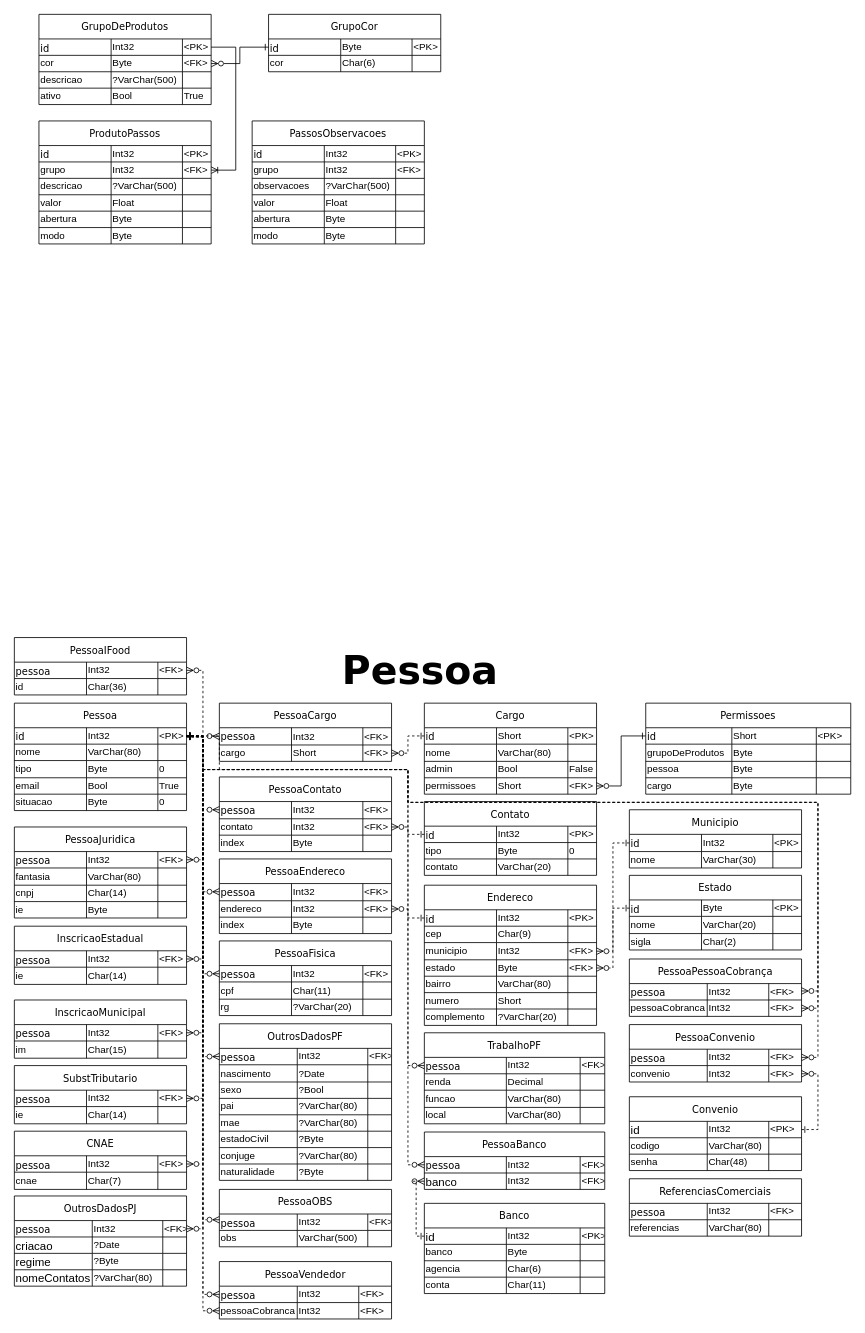
RicardoDazzling/lanches keeps this draw.io diagram as docs/diagrama.drawio. Above is the earlier version. Source tidied: cells renumbered, new cells numbered last; positions are measured from the earlier drawing's top-left corner, leaving out a move shared by most shapes. Both pictures are drawn from the tidied source at 82%, with x=0, y=0 at pixel (14, 14).
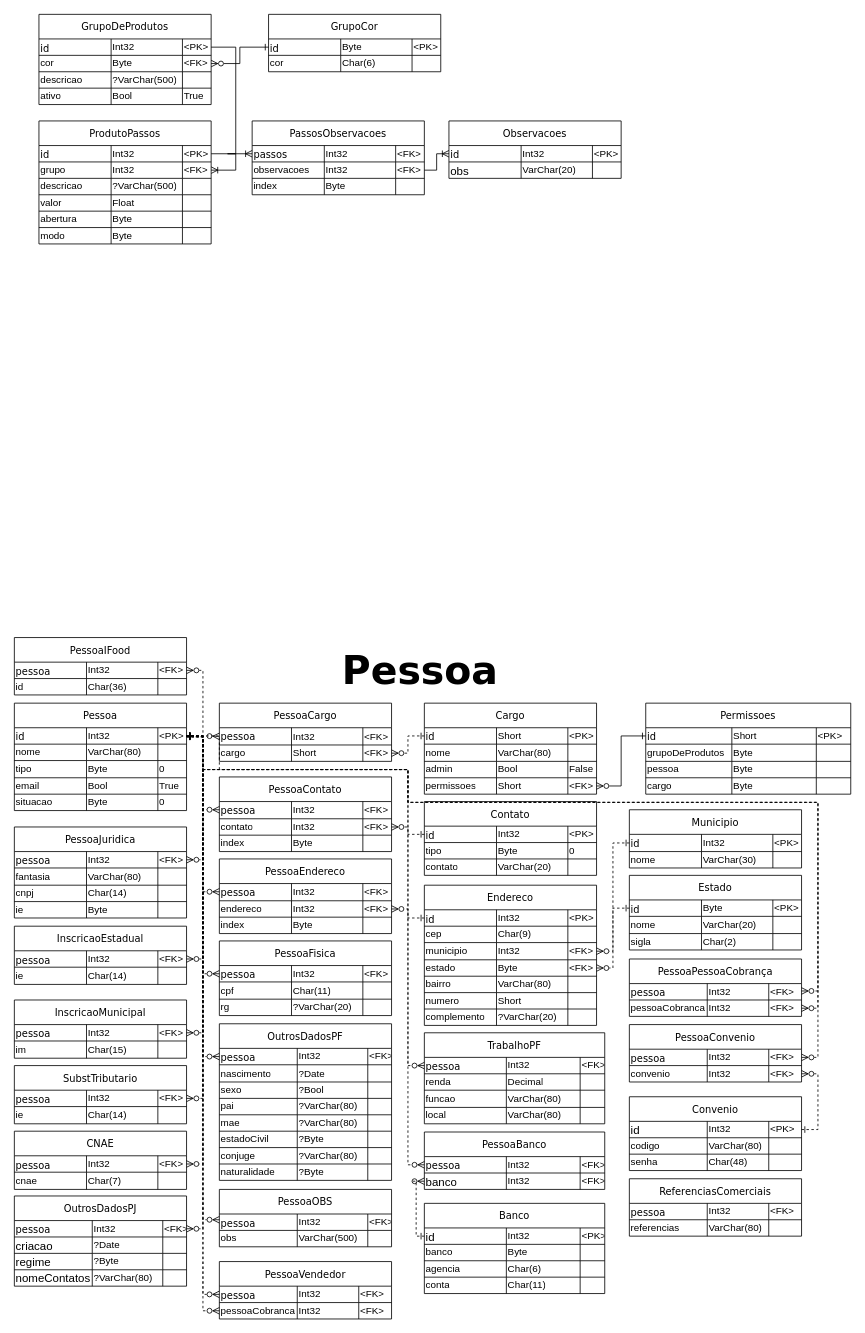
The same diagram, later.

Unchanged cells that the change refers to:
```xml
<mxCell id="378" style="shape=tableRow;horizontal=0;startSize=0;swimlaneHead=0;swimlaneBody=0;strokeColor=inherit;top=0;left=0;bottom=0;right=0;fillColor=none;points=[[0,0.5],[1,0.5]];portConstraint=eastwest;fontSize=16;rounded=1;align=left;" parent="377" vertex="1">
  <mxGeometry y="30" width="210" height="20" as="geometry" />
</mxCell>
<mxCell id="404" style="shape=tableRow;horizontal=0;startSize=0;swimlaneHead=0;swimlaneBody=0;strokeColor=inherit;top=0;left=0;bottom=0;right=0;fillColor=none;points=[[0,0.5],[1,0.5]];portConstraint=eastwest;fontSize=16;rounded=1;align=left;" parent="403" vertex="1">
  <mxGeometry y="30" width="210" height="20" as="geometry" />
</mxCell>
<mxCell id="408" style="shape=tableRow;horizontal=0;startSize=0;swimlaneHead=0;swimlaneBody=0;strokeColor=inherit;top=0;left=0;bottom=0;right=0;fillColor=none;points=[[0,0.5],[1,0.5]];portConstraint=eastwest;fontSize=16;align=left;" parent="403" vertex="1">
  <mxGeometry y="50" width="210" height="20" as="geometry" />
</mxCell>
<mxCell id="412" style="shape=tableRow;horizontal=0;startSize=0;swimlaneHead=0;swimlaneBody=0;strokeColor=inherit;top=0;left=0;bottom=0;right=0;fillColor=none;fontSize=16;align=left;" parent="403" vertex="1">
  <mxGeometry y="70" width="210" height="20" as="geometry" />
</mxCell>
```

What changed in the source:
```diff
@@
     <mxCell id="403" value="PassosObservacoes" style="shape=table;startSize=30;childLayout=tableLayout;strokeColor=default;fontSize=12;fontFamily=Verdana;align=center;" parent="1" vertex="1">
-      <mxGeometry x="290" y="130" width="210" height="150" as="geometry" />
+      <mxGeometry x="290" y="130" width="210" height="90" as="geometry" />
     </mxCell>
@@
-    <mxCell id="405" value="&lt;font style=&quot;font-size: 12px;&quot; face=&quot;Verdana&quot;&gt;id&lt;/font&gt;" style="shape=partialRectangle;html=1;whiteSpace=wrap;strokeColor=inherit;overflow=hidden;fillColor=none;top=0;left=0;bottom=0;right=0;fontSize=14;align=left;" parent="404" vertex="1">
+    <mxCell id="405" value="&lt;font style=&quot;font-size: 12px;&quot; face=&quot;Verdana&quot;&gt;passos&lt;/font&gt;" style="shape=partialRectangle;html=1;whiteSpace=wrap;strokeColor=inherit;overflow=hidden;fillColor=none;top=0;left=0;bottom=0;right=0;fontSize=14;align=left;" parent="404" vertex="1">
       <mxGeometry width="88" height="20" as="geometry" />
     </mxCell>
@@
-    <mxCell id="407" value="&amp;lt;PK&amp;gt;" style="shape=partialRectangle;html=1;whiteSpace=wrap;strokeColor=inherit;overflow=hidden;fillColor=none;top=0;left=0;bottom=0;right=0;fontSize=12;align=left;" parent="404" vertex="1">
+    <mxCell id="407" value="&amp;lt;FK&amp;gt;" style="shape=partialRectangle;html=1;whiteSpace=wrap;strokeColor=inherit;overflow=hidden;fillColor=none;top=0;left=0;bottom=0;right=0;fontSize=12;align=left;" parent="404" vertex="1">
       <mxGeometry x="175" width="35" height="20" as="geometry" />
     </mxCell>
@@
-    <mxCell id="409" value="grupo" style="shape=partialRectangle;html=1;whiteSpace=wrap;strokeColor=inherit;overflow=hidden;fillColor=none;top=0;left=0;bottom=0;right=0;fontSize=12;align=left;" parent="408" vertex="1">
+    <mxCell id="409" value="observacoes" style="shape=partialRectangle;html=1;whiteSpace=wrap;strokeColor=inherit;overflow=hidden;fillColor=none;top=0;left=0;bottom=0;right=0;fontSize=12;align=left;" parent="408" vertex="1">
       <mxGeometry width="88" height="20" as="geometry" />
     </mxCell>
@@
-    <mxCell id="413" value="observacoes" style="shape=partialRectangle;html=1;whiteSpace=wrap;strokeColor=inherit;overflow=hidden;fillColor=none;top=0;left=0;bottom=0;right=0;fontSize=12;align=left;" parent="412" vertex="1">
-      <mxGeometry width="88" height="20" as="geometry" />
-    </mxCell>
-    <mxCell id="414" value="?VarChar(500)" style="shape=partialRectangle;html=1;whiteSpace=wrap;strokeColor=inherit;overflow=hidden;fillColor=none;top=0;left=0;bottom=0;right=0;fontSize=12;align=left;" parent="412" vertex="1">
-      <mxGeometry x="88" width="87" height="20" as="geometry" />
-    </mxCell>
-    <mxCell id="415" style="shape=partialRectangle;html=1;whiteSpace=wrap;strokeColor=inherit;overflow=hidden;fillColor=none;top=0;left=0;bottom=0;right=0;fontSize=12;align=left;" parent="412" vertex="1">
-      <mxGeometry x="175" width="35" height="20" as="geometry" />
-    </mxCell>
-    <mxCell id="416" style="shape=tableRow;horizontal=0;startSize=0;swimlaneHead=0;swimlaneBody=0;strokeColor=inherit;top=0;left=0;bottom=0;right=0;fillColor=none;fontSize=16;align=left;" parent="403" vertex="1">
-      <mxGeometry y="90" width="210" height="20" as="geometry" />
-    </mxCell>
-    <mxCell id="417" value="valor" style="shape=partialRectangle;html=1;whiteSpace=wrap;strokeColor=inherit;overflow=hidden;fillColor=none;top=0;left=0;bottom=0;right=0;fontSize=12;align=left;" parent="416" vertex="1">
-      <mxGeometry width="88" height="20" as="geometry" />
-    </mxCell>
-    <mxCell id="418" value="Float" style="shape=partialRectangle;html=1;whiteSpace=wrap;strokeColor=inherit;overflow=hidden;fillColor=none;top=0;left=0;bottom=0;right=0;fontSize=12;align=left;" parent="416" vertex="1">
-      <mxGeometry x="88" width="87" height="20" as="geometry" />
-    </mxCell>
-    <mxCell id="419" style="shape=partialRectangle;html=1;whiteSpace=wrap;strokeColor=inherit;overflow=hidden;fillColor=none;top=0;left=0;bottom=0;right=0;fontSize=12;align=left;" parent="416" vertex="1">
-      <mxGeometry x="175" width="35" height="20" as="geometry" />
-    </mxCell>
-    <mxCell id="420" style="shape=tableRow;horizontal=0;startSize=0;swimlaneHead=0;swimlaneBody=0;strokeColor=inherit;top=0;left=0;bottom=0;right=0;fillColor=none;fontSize=16;align=left;" parent="403" vertex="1">
-      <mxGeometry y="110" width="210" height="20" as="geometry" />
-    </mxCell>
-    <mxCell id="421" value="abertura" style="shape=partialRectangle;html=1;whiteSpace=wrap;strokeColor=inherit;overflow=hidden;fillColor=none;top=0;left=0;bottom=0;right=0;fontSize=12;align=left;" parent="420" vertex="1">
-      <mxGeometry width="88" height="20" as="geometry" />
-    </mxCell>
-    <mxCell id="422" value="Byte" style="shape=partialRectangle;html=1;whiteSpace=wrap;strokeColor=inherit;overflow=hidden;fillColor=none;top=0;left=0;bottom=0;right=0;fontSize=12;align=left;" parent="420" vertex="1">
-      <mxGeometry x="88" width="87" height="20" as="geometry" />
-    </mxCell>
-    <mxCell id="423" style="shape=partialRectangle;html=1;whiteSpace=wrap;strokeColor=inherit;overflow=hidden;fillColor=none;top=0;left=0;bottom=0;right=0;fontSize=12;align=left;" parent="420" vertex="1">
-      <mxGeometry x="175" width="35" height="20" as="geometry" />
-    </mxCell>
-    <mxCell id="424" style="shape=tableRow;horizontal=0;startSize=0;swimlaneHead=0;swimlaneBody=0;strokeColor=inherit;top=0;left=0;bottom=0;right=0;fillColor=none;fontSize=16;align=left;" parent="403" vertex="1">
-      <mxGeometry y="130" width="210" height="20" as="geometry" />
-    </mxCell>
-    <mxCell id="425" value="modo" style="shape=partialRectangle;html=1;whiteSpace=wrap;strokeColor=inherit;overflow=hidden;fillColor=none;top=0;left=0;bottom=0;right=0;fontSize=12;align=left;" parent="424" vertex="1">
-      <mxGeometry width="88" height="20" as="geometry" />
-    </mxCell>
-    <mxCell id="426" value="Byte" style="shape=partialRectangle;html=1;whiteSpace=wrap;strokeColor=inherit;overflow=hidden;fillColor=none;top=0;left=0;bottom=0;right=0;fontSize=12;align=left;" parent="424" vertex="1">
-      <mxGeometry x="88" width="87" height="20" as="geometry" />
-    </mxCell>
-    <mxCell id="427" style="shape=partialRectangle;html=1;whiteSpace=wrap;strokeColor=inherit;overflow=hidden;fillColor=none;top=0;left=0;bottom=0;right=0;fontSize=12;align=left;" parent="424" vertex="1">
-      <mxGeometry x="175" width="35" height="20" as="geometry" />
-    </mxCell>
+    <mxCell id="489" value="index" style="shape=partialRectangle;html=1;whiteSpace=wrap;strokeColor=inherit;overflow=hidden;fillColor=none;top=0;left=0;bottom=0;right=0;fontSize=12;align=left;" parent="412" vertex="1">
+      <mxGeometry width="88" height="20" as="geometry" />
+    </mxCell>
+    <mxCell id="490" value="Byte" style="shape=partialRectangle;html=1;whiteSpace=wrap;strokeColor=inherit;overflow=hidden;fillColor=none;top=0;left=0;bottom=0;right=0;fontSize=12;align=left;" parent="412" vertex="1">
+      <mxGeometry x="88" width="87" height="20" as="geometry" />
+    </mxCell>
+    <mxCell id="491" style="shape=partialRectangle;html=1;whiteSpace=wrap;strokeColor=inherit;overflow=hidden;fillColor=none;top=0;left=0;bottom=0;right=0;fontSize=12;align=left;" parent="412" vertex="1">
+      <mxGeometry x="175" width="35" height="20" as="geometry" />
+    </mxCell>
@@
+    <mxCell id="492" value="Observacoes" style="shape=table;startSize=30;childLayout=tableLayout;strokeColor=default;fontSize=12;fontFamily=Verdana;align=center;" parent="1" vertex="1">
+      <mxGeometry x="530" y="130" width="210" height="70" as="geometry" />
+    </mxCell>
+    <mxCell id="493" style="shape=tableRow;horizontal=0;startSize=0;swimlaneHead=0;swimlaneBody=0;strokeColor=inherit;top=0;left=0;bottom=0;right=0;fillColor=none;points=[[0,0.5],[1,0.5]];portConstraint=eastwest;fontSize=16;rounded=1;align=left;" parent="492" vertex="1">
+      <mxGeometry y="30" width="210" height="20" as="geometry" />
+    </mxCell>
+    <mxCell id="494" value="&lt;font style=&quot;font-size: 12px;&quot; face=&quot;Verdana&quot;&gt;id&lt;/font&gt;" style="shape=partialRectangle;html=1;whiteSpace=wrap;strokeColor=inherit;overflow=hidden;fillColor=none;top=0;left=0;bottom=0;right=0;fontSize=14;align=left;" parent="493" vertex="1">
+      <mxGeometry width="88" height="20" as="geometry" />
+    </mxCell>
+    <mxCell id="495" value="Int32" style="shape=partialRectangle;html=1;whiteSpace=wrap;strokeColor=inherit;overflow=hidden;fillColor=none;top=0;left=0;bottom=0;right=0;fontSize=12;align=left;" parent="493" vertex="1">
+      <mxGeometry x="88" width="87" height="20" as="geometry" />
+    </mxCell>
+    <mxCell id="496" value="&amp;lt;PK&amp;gt;" style="shape=partialRectangle;html=1;whiteSpace=wrap;strokeColor=inherit;overflow=hidden;fillColor=none;top=0;left=0;bottom=0;right=0;fontSize=12;align=left;" parent="493" vertex="1">
+      <mxGeometry x="175" width="35" height="20" as="geometry" />
+    </mxCell>
+    <mxCell id="497" style="shape=tableRow;horizontal=0;startSize=0;swimlaneHead=0;swimlaneBody=0;strokeColor=inherit;top=0;left=0;bottom=0;right=0;fillColor=none;fontSize=16;rounded=1;align=left;" parent="492" vertex="1">
+      <mxGeometry y="50" width="210" height="20" as="geometry" />
+    </mxCell>
+    <mxCell id="498" value="obs" style="shape=partialRectangle;html=1;whiteSpace=wrap;strokeColor=inherit;overflow=hidden;fillColor=none;top=0;left=0;bottom=0;right=0;fontSize=14;align=left;" parent="497" vertex="1">
+      <mxGeometry width="88" height="20" as="geometry" />
+    </mxCell>
+    <mxCell id="499" value="VarChar(20)" style="shape=partialRectangle;html=1;whiteSpace=wrap;strokeColor=inherit;overflow=hidden;fillColor=none;top=0;left=0;bottom=0;right=0;fontSize=12;align=left;" parent="497" vertex="1">
+      <mxGeometry x="88" width="87" height="20" as="geometry" />
+    </mxCell>
+    <mxCell id="500" style="shape=partialRectangle;html=1;whiteSpace=wrap;strokeColor=inherit;overflow=hidden;fillColor=none;top=0;left=0;bottom=0;right=0;fontSize=12;align=left;" parent="497" vertex="1">
+      <mxGeometry x="175" width="35" height="20" as="geometry" />
+    </mxCell>
+    <mxCell id="501" style="edgeStyle=entityRelationEdgeStyle;fontSize=12;html=1;endArrow=ERoneToMany;rounded=0;" parent="1" edge="1" source="378" target="404">
+      <mxGeometry relative="1" as="geometry" />
+    </mxCell>
+    <mxCell id="502" style="edgeStyle=elbowEdgeStyle;fontSize=12;html=1;endArrow=ERoneToMany;rounded=0;" parent="1" edge="1" source="408" target="493">
+      <mxGeometry relative="1" as="geometry" />
+    </mxCell>
```
